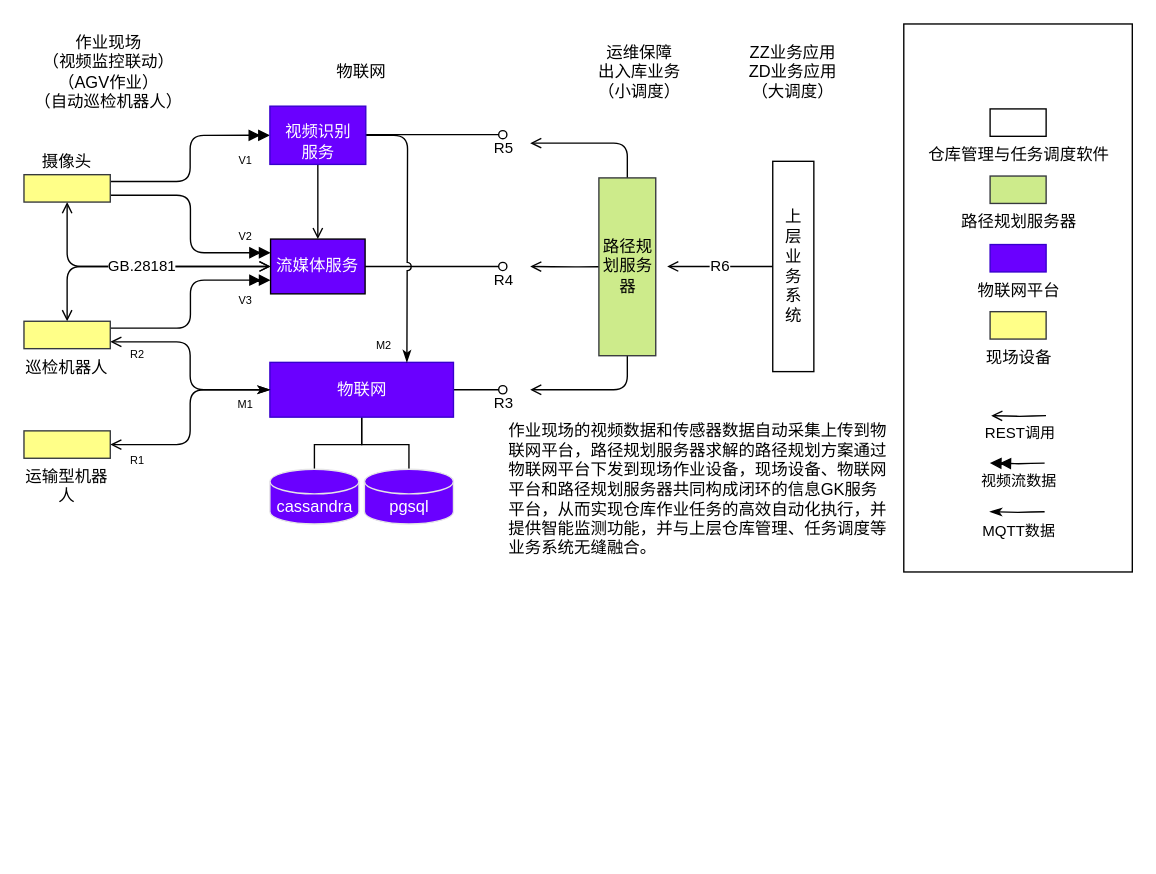
Earlier version of the draw.io diagram docs/architecture.drawio (lvyv/mptools). Source tidied: cells renumbered, new cells numbered last; positions are measured from the earlier drawing's top-left corner, leaving out a move shared by most shapes. Both pictures are drawn from the tidied source at 137%, with x=0, y=0 at pixel (23, 23).
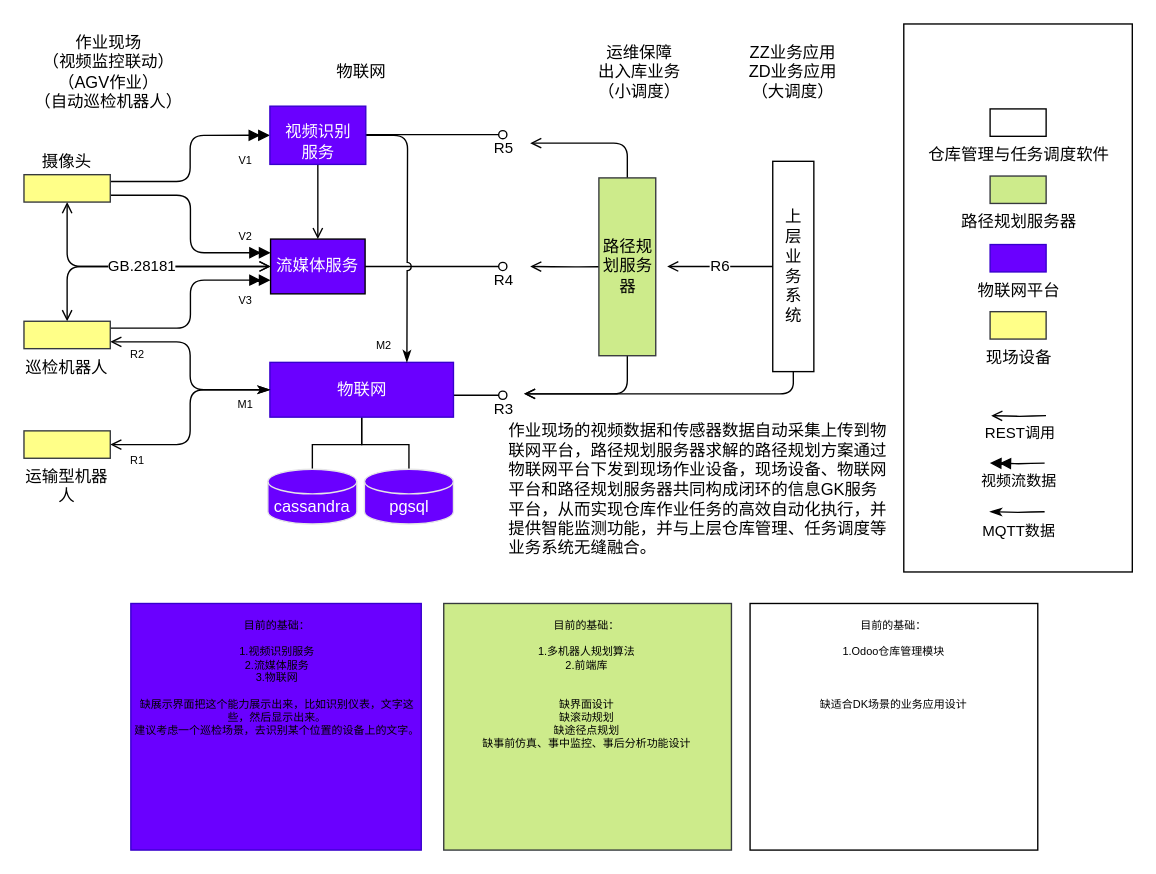
Above is the later version.

Commit message:
系统架构设计

The change refers to these unchanged cells:
```xml
<mxCell id="7" value="物联网" style="rounded=0;whiteSpace=wrap;html=1;align=center;fillColor=#6a00ff;strokeColor=#3700CC;fontColor=#ffffff;" parent="1" vertex="1">
  <mxGeometry x="179.5" y="247" width="134" height="40" as="geometry" />
</mxCell>
<mxCell id="24" value="上&lt;br&gt;层&lt;br&gt;业&lt;br&gt;务&lt;br&gt;系&lt;br&gt;统" style="rounded=0;whiteSpace=wrap;html=1;shadow=0;labelBackgroundColor=none;labelPosition=center;verticalLabelPosition=middle;align=center;verticalAlign=middle;horizontal=0;rotation=90;" parent="1" vertex="1">
  <mxGeometry x="484.8" y="162" width="153.5" height="30" as="geometry" />
</mxCell>
<mxCell id="41" value="路径规划服务器" style="rounded=0;whiteSpace=wrap;html=1;shadow=0;labelBackgroundColor=none;fillColor=#cdeb8b;strokeColor=#36393d;labelPosition=center;verticalLabelPosition=middle;align=center;verticalAlign=middle;horizontal=0;rotation=90;" parent="1" vertex="1">
  <mxGeometry x="375.5" y="156.5" width="129.8" height="41.5" as="geometry" />
</mxCell>
```

What changed in the source:
```diff
@@
+    <mxCell id="52" style="rounded=0;html=1;shadow=0;labelBackgroundColor=#ffffff;fillColor=#cdeb8b;strokeColor=#36393d;labelPosition=center;verticalLabelPosition=bottom;align=center;verticalAlign=bottom;" parent="1" vertex="1">
+      <mxGeometry x="306.4" y="423" width="210" height="180" as="geometry" />
+    </mxCell>
+    <mxCell id="53" style="rounded=0;html=1;shadow=0;labelBackgroundColor=#ffffff;fillColor=#6a00ff;labelPosition=center;verticalLabelPosition=bottom;align=center;verticalAlign=bottom;strokeColor=#3700CC;fontColor=#000000;" parent="1" vertex="1">
+      <mxGeometry x="78" y="423" width="212" height="180" as="geometry" />
+    </mxCell>
@@
-    <mxCell id="6" value="R3" style="edgeStyle=orthogonalEdgeStyle;rounded=1;jettySize=auto;html=1;fontColor=#000000;startArrow=none;startFill=0;endArrow=oval;endFill=0;labelBackgroundColor=none;" parent="1" edge="1" source="7">
+    <mxCell id="6" value="R3" style="edgeStyle=orthogonalEdgeStyle;rounded=1;orthogonalLoop=1;jettySize=auto;html=1;fontColor=#000000;startArrow=none;startFill=0;endArrow=oval;endFill=0;labelBackgroundColor=none;" parent="1" edge="1">
       <mxGeometry x="1" y="-10" relative="1" as="geometry">
-        <mxPoint x="349.5" y="267" as="targetPoint" />
+        <mxPoint x="313.5" y="271" as="sourcePoint" />
+        <mxPoint x="349.5" y="271" as="targetPoint" />
       </mxGeometry>
     </mxCell>
@@
-    <mxCell id="16" style="group;" parent="1" vertex="1">
-      <mxGeometry x="179.5" y="325" width="134" height="40" as="geometry" />
-    </mxCell>
-    <mxCell id="17" value="cassandra" style="shape=cylinder3;whiteSpace=wrap;html=1;boundedLbl=1;backgroundOutline=1;size=9;align=center;fillColor=#6a00ff;fontColor=#ffffff;strokeColor=#E6E6E6;" parent="16" vertex="1">
-      <mxGeometry width="65" height="40" as="geometry" />
-    </mxCell>
-    <mxCell id="18" value="pgsql" style="shape=cylinder3;whiteSpace=wrap;html=1;boundedLbl=1;backgroundOutline=1;size=9;align=center;fillColor=#6a00ff;fontColor=#ffffff;strokeColor=#E6E6E6;" parent="16" vertex="1">
-      <mxGeometry x="69" width="65" height="40" as="geometry" />
-    </mxCell>
@@
     <mxCell id="20" style="edgeStyle=orthogonalEdgeStyle;rounded=1;jettySize=auto;html=1;fontColor=#000000;startArrow=none;startFill=0;endArrow=open;endFill=0;exitX=1;exitY=0.5;exitDx=0;exitDy=0;" parent="1" edge="1" source="41">
       <mxGeometry relative="1" as="geometry">
-        <mxPoint x="369.5" y="267" as="targetPoint" />
+        <mxPoint x="365" y="270" as="targetPoint" />
         <Array as="points">
-          <mxPoint x="440" y="267" />
+          <mxPoint x="440" y="270" />
         </Array>
       </mxGeometry>
     </mxCell>
@@
+    <mxCell id="17" value="cassandra" style="shape=cylinder3;whiteSpace=wrap;html=1;boundedLbl=1;backgroundOutline=1;size=9;align=center;fillColor=#6a00ff;fontColor=#ffffff;strokeColor=#E6E6E6;" parent="1" vertex="1">
+      <mxGeometry x="178" y="325" width="65" height="40" as="geometry" />
+    </mxCell>
+    <mxCell id="18" value="pgsql" style="shape=cylinder3;whiteSpace=wrap;html=1;boundedLbl=1;backgroundOutline=1;size=9;align=center;fillColor=#6a00ff;fontColor=#ffffff;strokeColor=#E6E6E6;" parent="1" vertex="1">
+      <mxGeometry x="248.5" y="325" width="65" height="40" as="geometry" />
+    </mxCell>
+    <mxCell id="54" value="目前的基础：&lt;br style=&quot;border-color: var(--border-color); font-size: 8px;&quot;&gt;&lt;br style=&quot;border-color: var(--border-color); font-size: 8px;&quot;&gt;&lt;span style=&quot;font-size: 8px;&quot;&gt;1.视频识别服务&lt;/span&gt;&lt;br style=&quot;border-color: var(--border-color); font-size: 8px;&quot;&gt;&lt;span style=&quot;font-size: 8px;&quot;&gt;2.流媒体服务&lt;/span&gt;&lt;br style=&quot;border-color: var(--border-color); font-size: 8px;&quot;&gt;&lt;span style=&quot;font-size: 8px;&quot;&gt;3.物联网&lt;/span&gt;&lt;br style=&quot;border-color: var(--border-color); font-size: 8px;&quot;&gt;&lt;br style=&quot;border-color: var(--border-color); font-size: 8px;&quot;&gt;&lt;span style=&quot;font-size: 8px;&quot;&gt;缺展示界面把这个能力展示出来，比如识别仪表，文字这些，然后显示出来。&lt;/span&gt;&lt;br style=&quot;border-color: var(--border-color); font-size: 8px;&quot;&gt;&lt;span style=&quot;font-size: 8px;&quot;&gt;建议考虑一个巡检场景，去识别某个位置的设备上的文字。&lt;/span&gt;" style="text;html=1;strokeColor=none;fillColor=none;align=center;verticalAlign=top;whiteSpace=wrap;rounded=0;fontColor=#000000;fontSize=8;" parent="1" vertex="1">
+      <mxGeometry x="80" y="428" width="210" height="150" as="geometry" />
+    </mxCell>
+    <mxCell id="55" value="目前的基础：&lt;br style=&quot;border-color: var(--border-color); font-size: 8px;&quot;&gt;&lt;br style=&quot;border-color: var(--border-color); font-size: 8px;&quot;&gt;&lt;span style=&quot;font-size: 8px;&quot;&gt;1.多机器人规划算法&lt;/span&gt;&lt;br style=&quot;border-color: var(--border-color); font-size: 8px;&quot;&gt;&lt;span style=&quot;font-size: 8px;&quot;&gt;2.前端库&lt;/span&gt;&lt;br style=&quot;border-color: var(--border-color); font-size: 8px;&quot;&gt;&lt;br style=&quot;border-color: var(--border-color); font-size: 8px;&quot;&gt;&lt;br style=&quot;border-color: var(--border-color); font-size: 8px;&quot;&gt;&lt;span style=&quot;font-size: 8px;&quot;&gt;缺界面设计&lt;br style=&quot;font-size: 8px;&quot;&gt;缺滚动规划&lt;br style=&quot;font-size: 8px;&quot;&gt;缺途径点规划&lt;br style=&quot;font-size: 8px;&quot;&gt;缺事前仿真、事中监控、事后分析功能设计&lt;br style=&quot;font-size: 8px;&quot;&gt;&lt;/span&gt;" style="text;html=1;strokeColor=none;fillColor=none;align=center;verticalAlign=top;whiteSpace=wrap;rounded=0;fontColor=#000000;fontSize=8;" parent="1" vertex="1">
+      <mxGeometry x="306.4" y="428" width="210" height="150" as="geometry" />
+    </mxCell>
+    <mxCell id="56" style="edgeStyle=orthogonalEdgeStyle;rounded=1;jettySize=auto;html=1;fontColor=#000000;startArrow=none;startFill=0;endArrow=open;endFill=0;exitX=1;exitY=0.5;exitDx=0;exitDy=0;" parent="1" edge="1" source="24">
+      <mxGeometry relative="1" as="geometry">
+        <mxPoint x="365" y="270" as="targetPoint" />
+        <Array as="points">
+          <mxPoint x="562" y="270" />
+          <mxPoint x="365" y="270" />
+        </Array>
+      </mxGeometry>
+    </mxCell>
+    <mxCell id="57" style="rounded=0;html=1;shadow=0;labelBackgroundColor=#ffffff;labelPosition=center;verticalLabelPosition=bottom;align=center;verticalAlign=bottom;" parent="1" vertex="1">
+      <mxGeometry x="530" y="423" width="210" height="180" as="geometry" />
+    </mxCell>
+    <mxCell id="58" value="目前的基础：&lt;br style=&quot;border-color: var(--border-color); font-size: 8px;&quot;&gt;&lt;br style=&quot;border-color: var(--border-color); font-size: 8px;&quot;&gt;&lt;span style=&quot;font-size: 8px;&quot;&gt;1.Odoo仓库管理模块&lt;br&gt;&lt;/span&gt;&lt;span style=&quot;font-size: 8px;&quot;&gt;&lt;br&gt;&lt;br&gt;&lt;br&gt;缺适合DK场景的业务应用设计&lt;br style=&quot;font-size: 8px;&quot;&gt;&lt;/span&gt;" style="text;html=1;strokeColor=none;fillColor=none;align=center;verticalAlign=top;whiteSpace=wrap;rounded=0;fontColor=#000000;fontSize=8;" parent="1" vertex="1">
+      <mxGeometry x="530" y="428" width="210" height="150" as="geometry" />
+    </mxCell>
```
